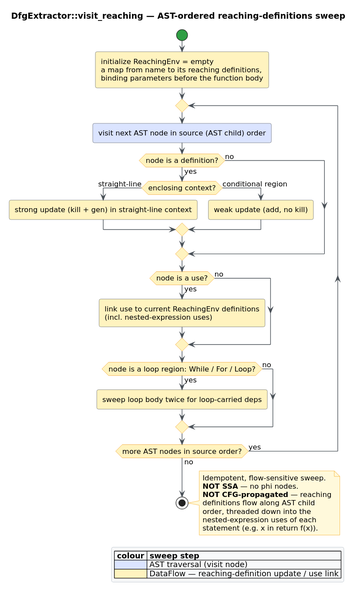
This is docs/diagrams/reaching-defs-sweep.svg from vinary-tree/libcpg, a PlantUML export, as it was before one commit. Its source is kept beside it as docs/diagrams/reaching-defs-sweep.puml. Source of this version:
```plantuml
@startuml
!include _libcpg-theme.iuml
title DfgExtractor::visit_reaching — AST-ordered reaching-definitions sweep
start
:initialize ReachingEnv = empty
a map from name to its reaching definitions,
binding parameters before the function body;<<#FFF3BF>>
repeat
:visit next AST node in source (AST child) order;<<#DBE4FF>>
if (node is a definition?) then (yes)
  if (enclosing context?) then (straight-line)
    :strong update (kill + gen) in straight-line context;<<#FFF3BF>>
  else (conditional region)
    :weak update (add, no kill);<<#FFF3BF>>
  endif
else (no)
endif
if (node is a use?) then (yes)
  :link use to current ReachingEnv definitions
(incl. nested-expression uses);<<#FFF3BF>>
else (no)
endif
if (node is a loop region: While / For / Loop?) then (yes)
  :sweep loop body twice for loop-carried deps;<<#FFF3BF>>
else (no)
endif
repeat while (more AST nodes in source order?) is (yes) not (no)
stop

note right
  Idempotent, flow-sensitive sweep.
  <b>NOT SSA</b> — no phi nodes.
  <b>NOT CFG-propagated</b> — reaching
  definitions flow along AST child
  order, threaded down into the
  nested-expression uses of each
  statement (e.g. x in return f(x)).
end note

legend right
  |= colour |= sweep step |
  |<#DBE4FF>| AST traversal (visit node) |
  |<#FFF3BF>| DataFlow — reaching-definition update / use link |
endlegend
@enduml
```
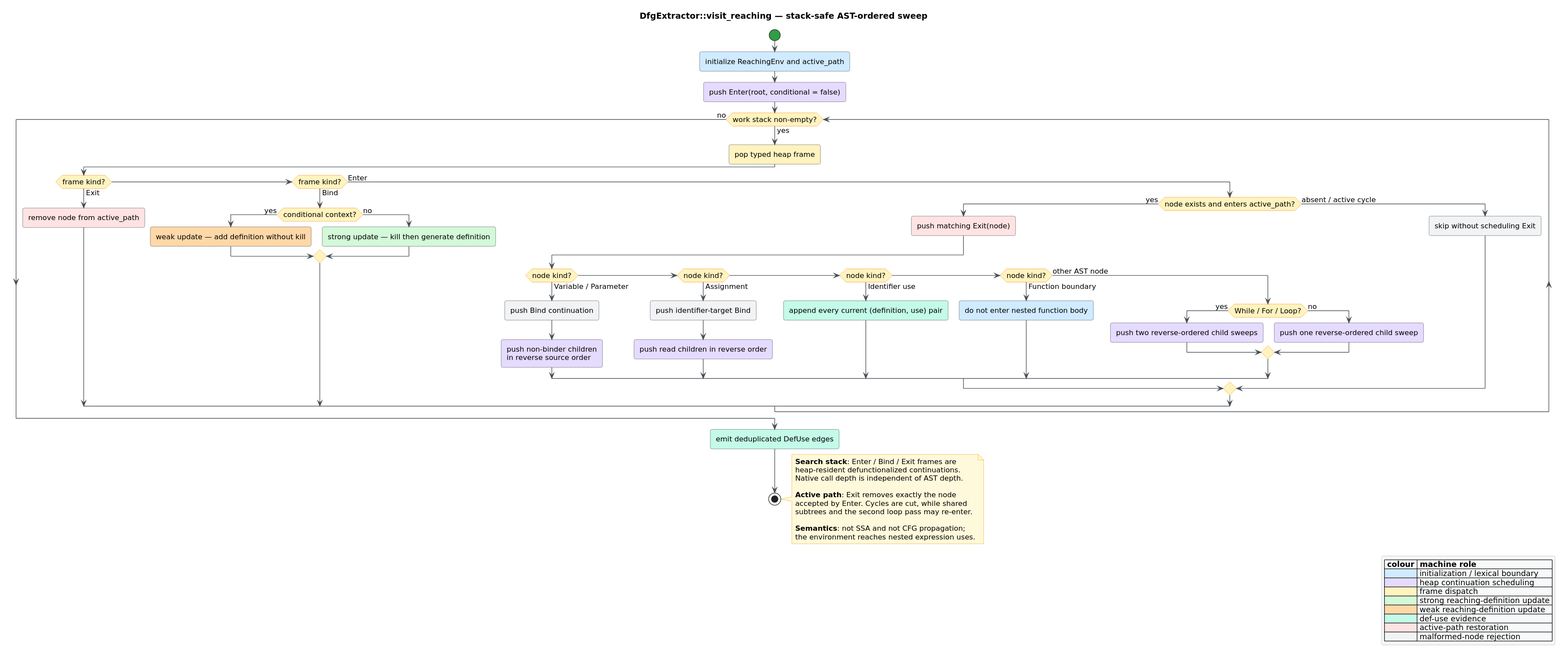
After the change.

Change to the diagram source:
```diff
@@ -1,45 +1,73 @@
 @startuml
 !include _libcpg-theme.iuml
-title DfgExtractor::visit_reaching — AST-ordered reaching-definitions sweep
+title DfgExtractor::visit_reaching — stack-safe AST-ordered sweep
+
 start
-:initialize ReachingEnv = empty
-a map from name to its reaching definitions,
-binding parameters before the function body;<<#FFF3BF>>
-repeat
-:visit next AST node in source (AST child) order;<<#DBE4FF>>
-if (node is a definition?) then (yes)
-  if (enclosing context?) then (straight-line)
-    :strong update (kill + gen) in straight-line context;<<#FFF3BF>>
-  else (conditional region)
-    :weak update (add, no kill);<<#FFF3BF>>
+:initialize ReachingEnv and active_path;<<#D0EBFF>>
+:push Enter(root, conditional = false);<<#E5DBFF>>
+
+while (work stack non-empty?) is (yes)
+  :pop typed heap frame;<<#FFF3BF>>
+  if (frame kind?) then (Exit)
+    :remove node from active_path;<<#FFE3E3>>
+  elseif (frame kind?) then (Bind)
+    if (conditional context?) then (yes)
+      :weak update — add definition without kill;<<#FFD8A8>>
+    else (no)
+      :strong update — kill then generate definition;<<#D3F9D8>>
+    endif
+  else (Enter)
+    if (node exists and enters active_path?) then (yes)
+      :push matching Exit(node);<<#FFE3E3>>
+      if (node kind?) then (Variable / Parameter)
+        :push Bind continuation;
+        :push non-binder children
+        in reverse source order;<<#E5DBFF>>
+      elseif (node kind?) then (Assignment)
+        :push identifier-target Bind;
+        :push read children in reverse order;<<#E5DBFF>>
+      elseif (node kind?) then (Identifier use)
+        :append every current (definition, use) pair;<<#C3FAE8>>
+      elseif (node kind?) then (Function boundary)
+        :do not enter nested function body;<<#D0EBFF>>
+      else (other AST node)
+        if (While / For / Loop?) then (yes)
+          :push two reverse-ordered child sweeps;<<#E5DBFF>>
+        else (no)
+          :push one reverse-ordered child sweep;<<#E5DBFF>>
+        endif
+      endif
+    else (absent / active cycle)
+      :skip without scheduling Exit;<<#F1F3F5>>
+    endif
   endif
-else (no)
-endif
-if (node is a use?) then (yes)
-  :link use to current ReachingEnv definitions
-(incl. nested-expression uses);<<#FFF3BF>>
-else (no)
-endif
-if (node is a loop region: While / For / Loop?) then (yes)
-  :sweep loop body twice for loop-carried deps;<<#FFF3BF>>
-else (no)
-endif
-repeat while (more AST nodes in source order?) is (yes) not (no)
+endwhile (no)
+
+:emit deduplicated DefUse edges;<<#C3FAE8>>
 stop
 
 note right
-  Idempotent, flow-sensitive sweep.
-  <b>NOT SSA</b> — no phi nodes.
-  <b>NOT CFG-propagated</b> — reaching
-  definitions flow along AST child
-  order, threaded down into the
-  nested-expression uses of each
-  statement (e.g. x in return f(x)).
+  <b>Search stack</b>: Enter / Bind / Exit frames are
+  heap-resident defunctionalized continuations.
+  Native call depth is independent of AST depth.
+
+  <b>Active path</b>: Exit removes exactly the node
+  accepted by Enter. Cycles are cut, while shared
+  subtrees and the second loop pass may re-enter.
+
+  <b>Semantics</b>: not SSA and not CFG propagation;
+  the environment reaches nested expression uses.
 end note
 
 legend right
-  |= colour |= sweep step |
-  |<#DBE4FF>| AST traversal (visit node) |
-  |<#FFF3BF>| DataFlow — reaching-definition update / use link |
+  |= colour |= machine role |
+  |<#D0EBFF>| initialization / lexical boundary |
+  |<#E5DBFF>| heap continuation scheduling |
+  |<#FFF3BF>| frame dispatch |
+  |<#D3F9D8>| strong reaching-definition update |
+  |<#FFD8A8>| weak reaching-definition update |
+  |<#C3FAE8>| def-use evidence |
+  |<#FFE3E3>| active-path restoration |
+  |<#F1F3F5>| malformed-node rejection |
 endlegend
 @enduml
```
